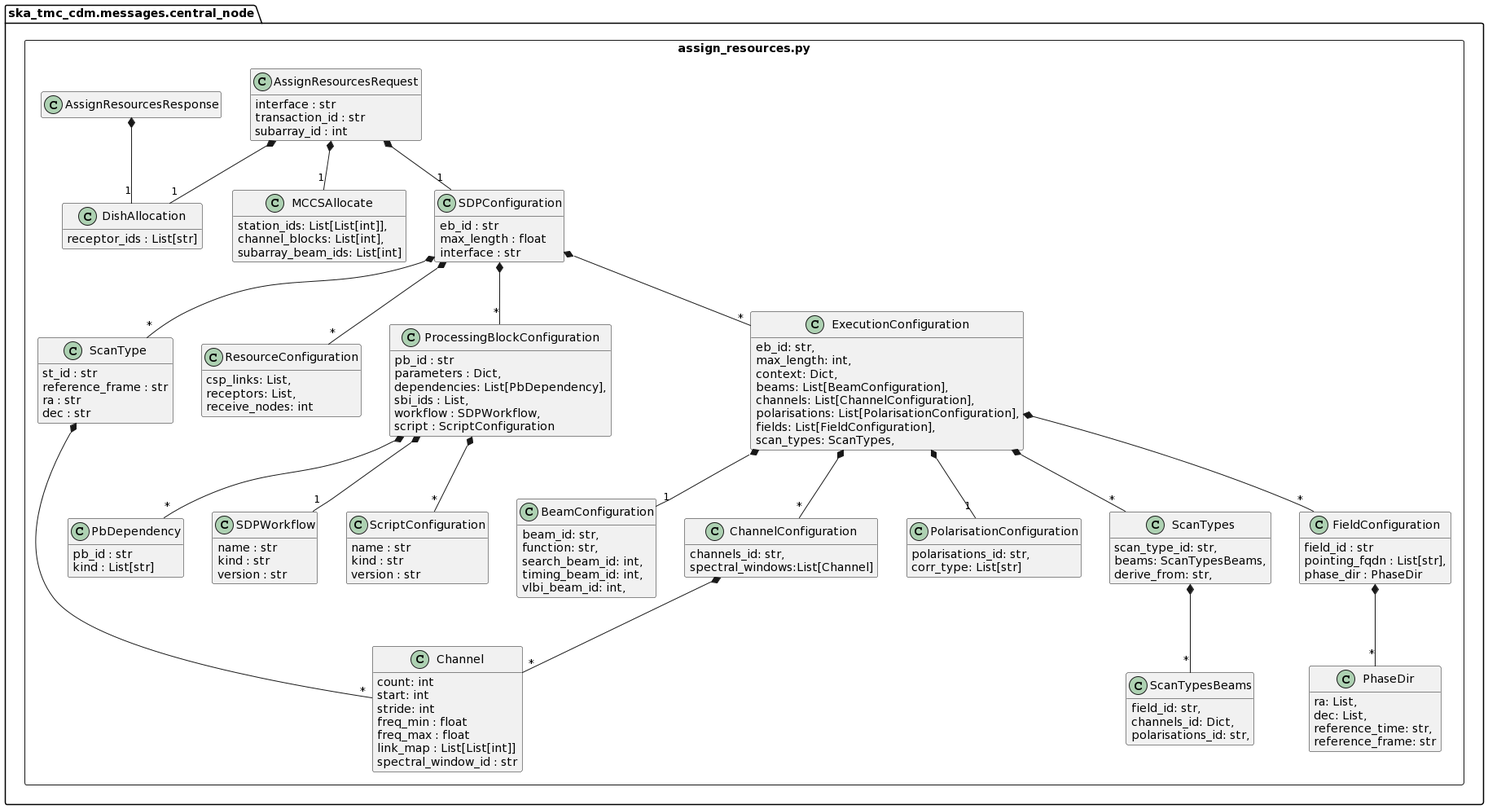
Before: docs/src/developer/centralnode/assignresources.png, a diagram exported from PlantUML (ska-telescope/cdm-shared-library).
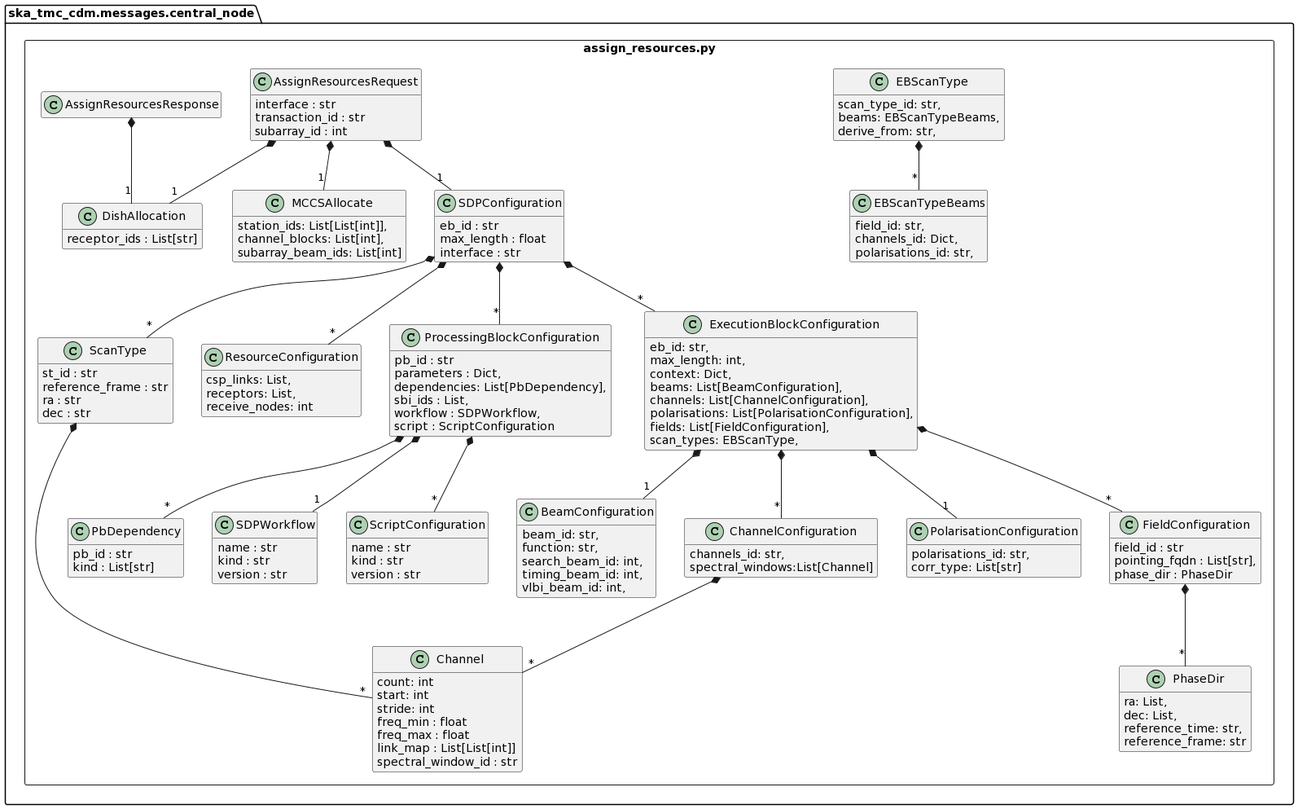
After the commit.

Commit message:
NAK-111 Renamed ScanTypes to EBScanType and ScanTypesBeams to EBScanTypeBeams

Change to the diagram source:
```diff
@@ -64,17 +64,17 @@
             polarisations_id: str,
             corr_type: List[str]
         }
-        class ScanTypesBeams {
+        class EBScanTypeBeams {
             field_id: str,
             channels_id: Dict,
             polarisations_id: str,
         }
-        class ScanTypes {
+        class EBScanType {
             scan_type_id: str,
-            beams: ScanTypesBeams,
+            beams: EBScanTypeBeams,
             derive_from: str,
         }
-        ScanTypes  *-- "*" ScanTypesBeams
+        EBScanType  *-- "*" EBScanTypeBeams
 
         class FieldConfiguration {
             field_id : str
@@ -108,7 +108,7 @@
         ProcessingBlockConfiguration  *-- "*" PbDependency
         ProcessingBlockConfiguration  *-- "*" ScriptConfiguration
 
-        class ExecutionConfiguration {
+        class ExecutionBlockConfiguration {
             eb_id: str,
             max_length: int,
             context: Dict,
@@ -116,13 +116,14 @@
             channels: List[ChannelConfiguration],
             polarisations: List[PolarisationConfiguration],
             fields: List[FieldConfiguration],
-            scan_types: ScanTypes,
+            scan_types: EBScanType,
         }
-        ExecutionConfiguration  *-- "1" BeamConfiguration
-        ExecutionConfiguration  *-- "*" ChannelConfiguration
-        ExecutionConfiguration  *-- "1" PolarisationConfiguration
-        ExecutionConfiguration  *-- "*" FieldConfiguration
-        ExecutionConfiguration  *-- "*" ScanTypes
+
+        ExecutionBlockConfiguration  *-- "1" BeamConfiguration
+        ExecutionBlockConfiguration  *-- "*" ChannelConfiguration
+        ExecutionBlockConfiguration  *-- "1" PolarisationConfiguration
+        ExecutionBlockConfiguration  *-- "*" FieldConfiguration
+
 
         class SDPConfiguration {
             eb_id : str
@@ -131,7 +132,7 @@
         }
         SDPConfiguration *-- "*" ScanType
         SDPConfiguration *-- "*" ProcessingBlockConfiguration
-        SDPConfiguration *-- "*" ExecutionConfiguration
+        SDPConfiguration *-- "*" ExecutionBlockConfiguration
         SDPConfiguration *-- "*" ResourceConfiguration
 
         class AssignResourcesRequest {
```
